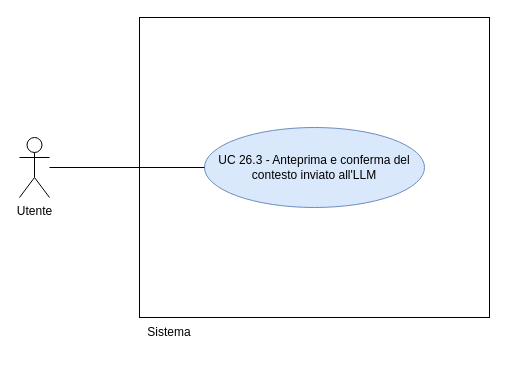
This is RTB/doc_esterna/analisi-dei-requisiti/assets/draw.io/UC26.3.drawio from thebitless-group-swe/thebitless.github.io, a draw.io file, before an edit. Source tidied: cells renumbered, new cells numbered last; positions are measured from the earlier drawing's top-left corner, leaving out a move shared by most shapes. Both pictures are drawn from the tidied source at 100%, with x=0, y=0 at pixel (19, 17).
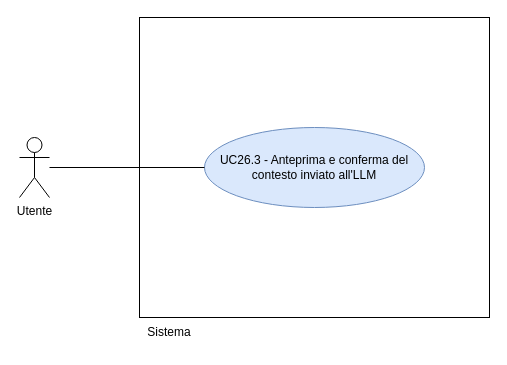
The same page after the edit.

What changed in the source:
```diff
@@
 <mxGraphModel>
   <root>
     <mxCell id="0" />
     <mxCell id="1" parent="0" />
     <mxCell id="2" value="Utente" style="shape=umlActor;verticalLabelPosition=bottom;verticalAlign=top;html=1;outlineConnect=0;" parent="1" vertex="1">
       <mxGeometry y="120" width="30" height="60" as="geometry" />
     </mxCell>
     <mxCell id="3" style="whiteSpace=wrap;html=1;" parent="1" vertex="1">
       <mxGeometry x="120" width="350" height="300" as="geometry" />
     </mxCell>
     <mxCell id="4" value="Sistema" style="text;html=1;whiteSpace=wrap;strokeColor=none;fillColor=none;align=center;verticalAlign=middle;rounded=0;" parent="1" vertex="1">
       <mxGeometry x="120" y="300" width="60" height="30" as="geometry" />
     </mxCell>
-    <mxCell id="5" value="UC 26.3 - Anteprima e conferma del contesto inviato all'LLM" style="ellipse;whiteSpace=wrap;html=1;fillColor=#dae8fc;strokeColor=#6c8ebf;" parent="1" vertex="1">
+    <mxCell id="5" value="UC26.3 - Anteprima e conferma del contesto inviato all'LLM" style="ellipse;whiteSpace=wrap;html=1;fillColor=#dae8fc;strokeColor=#6c8ebf;" parent="1" vertex="1">
       <mxGeometry x="185" y="110" width="220" height="80" as="geometry" />
     </mxCell>
     <mxCell id="6" style="edgeStyle=none;rounded=0;jettySize=auto;html=1;endArrow=none;endFill=0;" parent="1" edge="1" source="2" target="5">
       <mxGeometry relative="1" as="geometry" />
     </mxCell>
   </root>
 </mxGraphModel>
```
